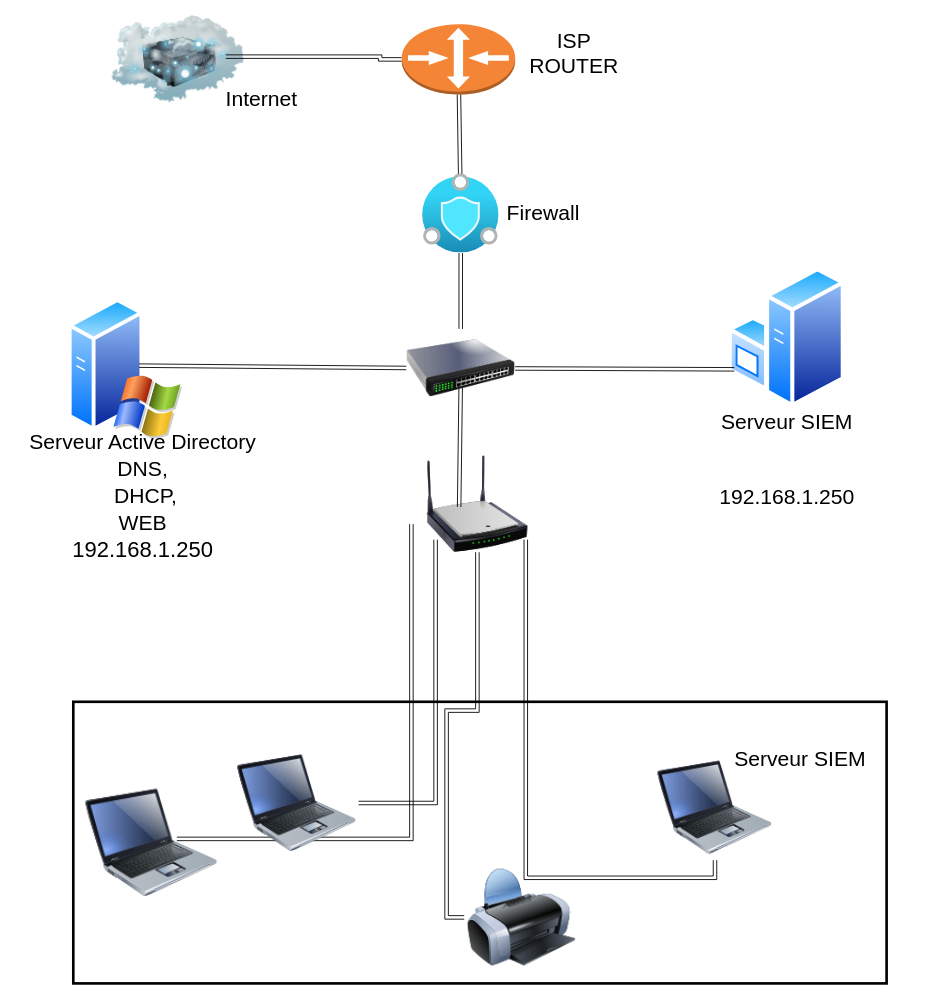
The draw.io diagram Diagramme sans nom.drawio in IlemLembo/website-for-iis-school, before the edit. Source tidied: cells renumbered, new cells numbered last; positions are measured from the earlier drawing's top-left corner, leaving out a move shared by most shapes. Both pictures are drawn from the tidied source at 88%, with x=0, y=0 at pixel (15, 15).
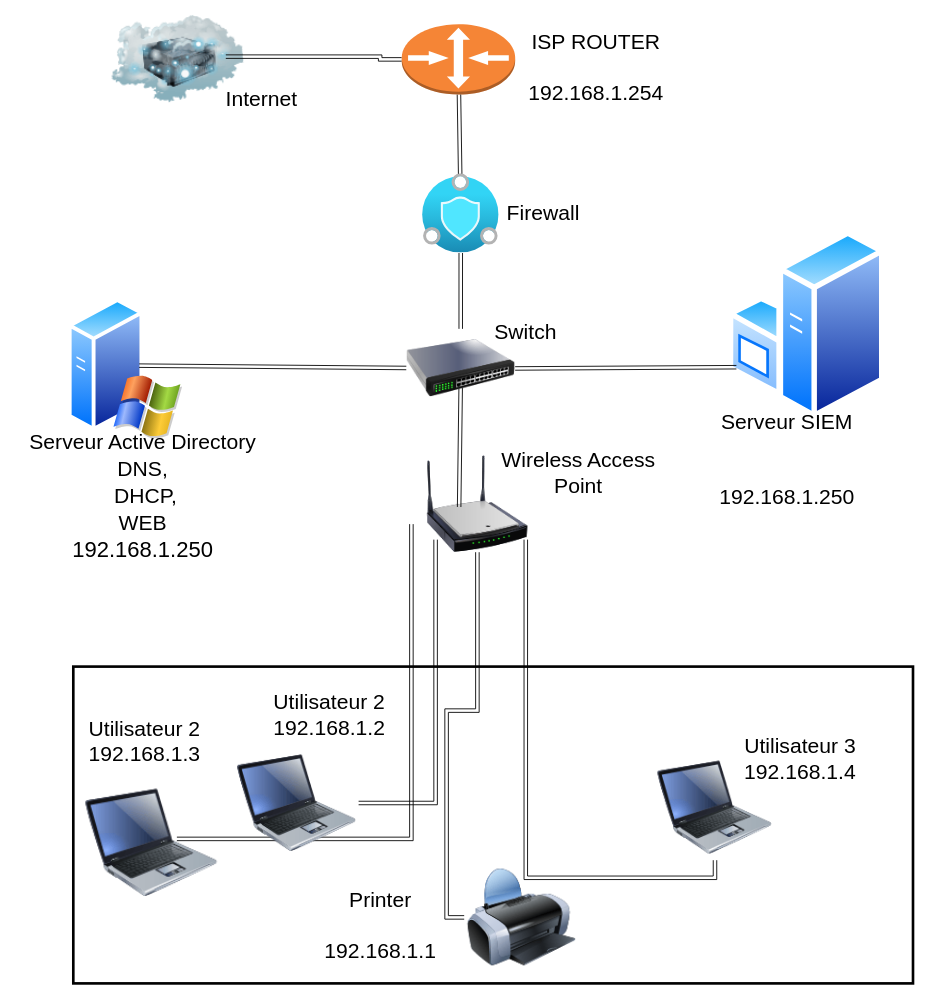
The same diagram, later.

Commit message:
Architecture du projet SIEM.drawio

Change to the diagram source:
```diff
@@
     <mxCell id="2" style="rounded=0;whiteSpace=wrap;html=1;fillColor=none;strokeColor=#000000;gradientColor=none;strokeWidth=3;" parent="1" vertex="1">
-      <mxGeometry x="65.8" y="780" width="924.2" height="320" as="geometry" />
+      <mxGeometry x="65.8" y="740" width="954.2" height="360" as="geometry" />
     </mxCell>
     <mxCell id="3" style="image;perimeter=ellipsePerimeter;html=1;align=center;shadow=0;dashed=0;spacingTop=3;image=img/lib/active_directory/windows_server.svg;" parent="1" vertex="1">
-      <mxGeometry x="810" y="285" width="133" height="162.2" as="geometry" />
+      <mxGeometry x="810" y="242.8" width="178.1" height="217.2" as="geometry" />
     </mxCell>
@@
-    <mxCell id="24" value="&lt;font style=&quot;font-size: 24px;&quot;&gt;ISP ROUTER&lt;font&gt;&lt;br&gt;&lt;/font&gt;&lt;/font&gt;" style="text;html=1;strokeColor=none;fillColor=none;align=center;verticalAlign=middle;whiteSpace=wrap;rounded=0;" parent="1" vertex="1">
-      <mxGeometry x="570" width="130" height="85" as="geometry" />
+    <mxCell id="24" value="&lt;div&gt;&lt;font style=&quot;font-size: 24px;&quot;&gt;ISP ROUTER&lt;/font&gt;&lt;/div&gt;&lt;br&gt;192.168.1.254" style="text;html=1;strokeColor=none;fillColor=none;align=center;verticalAlign=middle;whiteSpace=wrap;rounded=0;fontSize=24;" parent="1" vertex="1">
+      <mxGeometry x="570" width="180" height="120" as="geometry" />
     </mxCell>
@@
-    <mxCell id="29" value="&lt;div&gt;&lt;font style=&quot;font-size: 24px;&quot;&gt;Serveur &lt;/font&gt;SIEM&lt;/div&gt;" style="text;html=1;strokeColor=none;fillColor=none;align=center;verticalAlign=middle;whiteSpace=wrap;rounded=0;fontSize=24;" parent="1" vertex="1">
+    <mxCell id="29" value="&lt;div&gt;Utilisateur 3&lt;/div&gt;&lt;div&gt;192.168.1.4&lt;br&gt;&lt;/div&gt;" style="text;html=1;strokeColor=none;fillColor=none;align=center;verticalAlign=middle;whiteSpace=wrap;rounded=0;fontSize=24;" parent="1" vertex="1">
       <mxGeometry x="787" y="770" width="210" height="150" as="geometry" />
     </mxCell>
+    <mxCell id="30" value="&lt;div&gt;Utilisateur 2&lt;br&gt;&lt;/div&gt;&lt;div&gt;192.168.1.2&lt;br&gt;&lt;/div&gt;" style="text;html=1;strokeColor=none;fillColor=none;align=center;verticalAlign=middle;whiteSpace=wrap;rounded=0;fontSize=24;" parent="1" vertex="1">
+      <mxGeometry x="252.4" y="720" width="210" height="150" as="geometry" />
+    </mxCell>
+    <mxCell id="31" value="&lt;div&gt;Utilisateur 2&lt;br&gt;&lt;/div&gt;&lt;div&gt;192.168.1.3&lt;br&gt;&lt;/div&gt;" style="text;html=1;strokeColor=none;fillColor=none;align=center;verticalAlign=middle;whiteSpace=wrap;rounded=0;fontSize=24;" parent="1" vertex="1">
+      <mxGeometry x="42.4" y="750" width="210" height="150" as="geometry" />
+    </mxCell>
+    <mxCell id="32" value="&lt;div&gt;Printer&lt;/div&gt;&lt;div&gt;&lt;br&gt;&lt;/div&gt;&lt;div&gt;192.168.1.1&lt;br&gt;&lt;/div&gt;" style="text;html=1;strokeColor=none;fillColor=none;align=center;verticalAlign=middle;whiteSpace=wrap;rounded=0;fontSize=24;" parent="1" vertex="1">
+      <mxGeometry x="310" y="960" width="210" height="150" as="geometry" />
+    </mxCell>
+    <mxCell id="33" value="Wireless Access Point" style="text;html=1;strokeColor=none;fillColor=none;align=center;verticalAlign=middle;whiteSpace=wrap;rounded=0;fontSize=24;" parent="1" vertex="1">
+      <mxGeometry x="540" y="460" width="200" height="120" as="geometry" />
+    </mxCell>
+    <mxCell id="34" value="Switch" style="text;html=1;strokeColor=none;fillColor=none;align=center;verticalAlign=middle;whiteSpace=wrap;rounded=0;fontSize=24;" parent="1" vertex="1">
+      <mxGeometry x="510" y="300" width="140" height="120" as="geometry" />
+    </mxCell>
```
